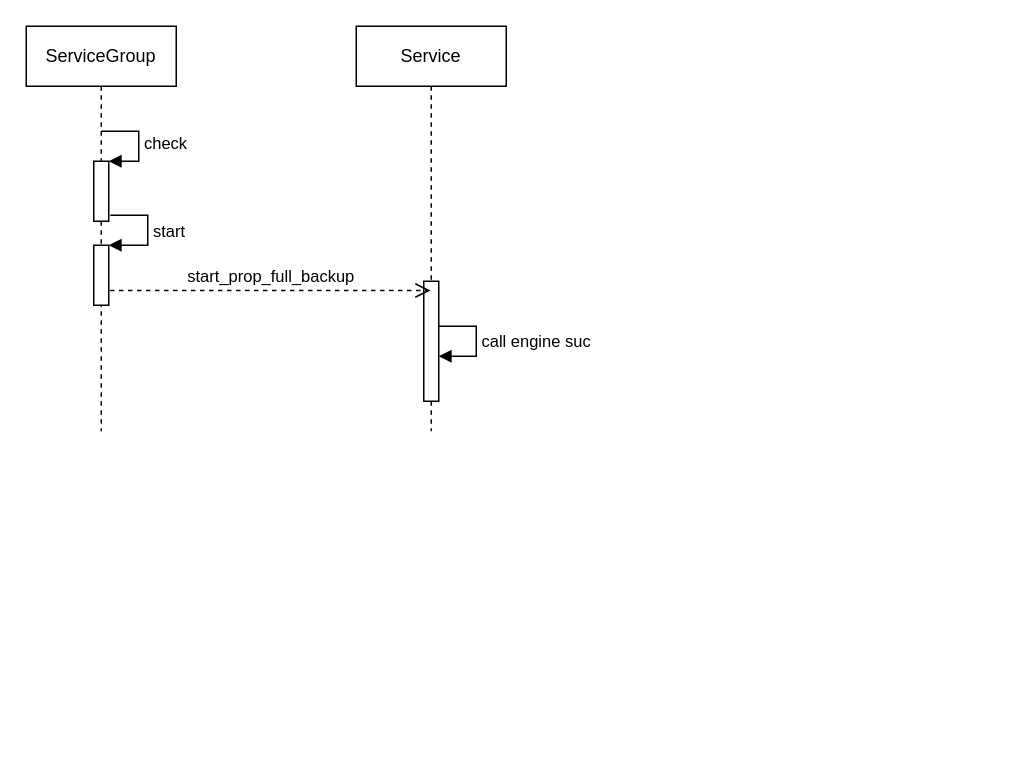
This is page "第 1 页" (1 of 3) of 未命名绘图.drawio from bombshen/bombshen, a draw.io file, before an edit. Source tidied: cells renumbered, new cells numbered last; positions are measured from the earlier drawing's top-left corner, leaving out a move shared by most shapes. Both pictures are drawn from the tidied source at 150%, with x=0, y=0 at pixel (26, 26).
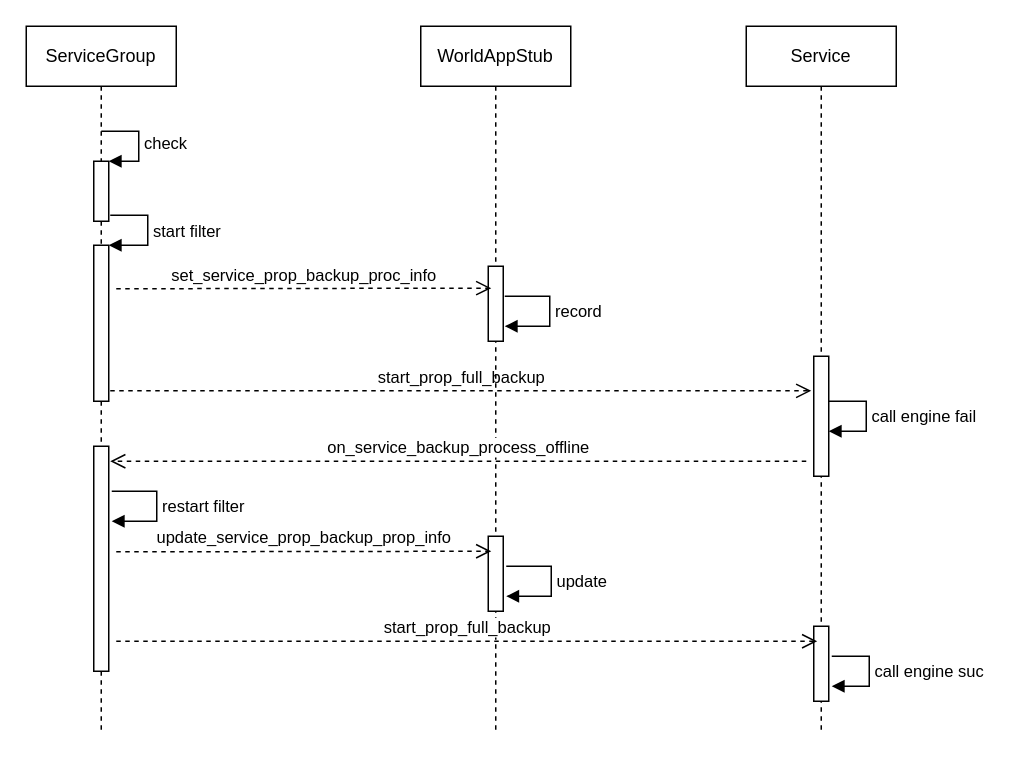
The same page after the edit.

Commit message:
更新未命名绘图.drawio

Diff of the diagram source:
```diff
@@
     <mxCell id="2" value="ServiceGroup" style="shape=umlLifeline;perimeter=lifelinePerimeter;whiteSpace=wrap;html=1;" parent="1" vertex="1">
-      <mxGeometry width="100" height="270" as="geometry" />
+      <mxGeometry width="100" height="470" as="geometry" />
     </mxCell>
@@
     <mxCell id="5" style="html=1;points=[];perimeter=orthogonalPerimeter;" parent="2" vertex="1">
-      <mxGeometry x="45" y="146" width="10" height="40" as="geometry" />
+      <mxGeometry x="45" y="146" width="10" height="104" as="geometry" />
     </mxCell>
-    <mxCell id="6" value="start" style="edgeStyle=orthogonalEdgeStyle;html=1;align=left;spacingLeft=2;endArrow=block;rounded=0;entryX=1;entryY=0;" parent="2" edge="1" target="5">
+    <mxCell id="6" value="start filter" style="edgeStyle=orthogonalEdgeStyle;html=1;align=left;spacingLeft=2;endArrow=block;rounded=0;entryX=1;entryY=0;" parent="2" edge="1" target="5">
       <mxGeometry relative="1" as="geometry">
         <mxPoint x="56" y="126" as="sourcePoint" />
         <Array as="points">
           <mxPoint x="81" y="126" />
           <mxPoint x="81" y="146" />
         </Array>
       </mxGeometry>
     </mxCell>
+    <mxCell id="11" style="html=1;perimeter=orthogonalPerimeter;" parent="2" vertex="1">
+      <mxGeometry x="45" y="280" width="10" height="150" as="geometry" />
+    </mxCell>
     <mxCell id="7" value="Service" style="shape=umlLifeline;perimeter=lifelinePerimeter;whiteSpace=wrap;html=1;outlineConnect=0;" parent="1" vertex="1">
-      <mxGeometry x="220" width="100" height="270" as="geometry" />
+      <mxGeometry x="480" width="100" height="470" as="geometry" />
     </mxCell>
     <mxCell id="8" style="html=1;points=[];perimeter=orthogonalPerimeter;" parent="7" vertex="1">
-      <mxGeometry x="45" y="170" width="10" height="80" as="geometry" />
+      <mxGeometry x="45" y="220" width="10" height="80" as="geometry" />
     </mxCell>
+    <mxCell id="12" style="html=1;perimeter=orthogonalPerimeter;" parent="7" vertex="1">
+      <mxGeometry x="45" y="400" width="10" height="50" as="geometry" />
+    </mxCell>
-    <mxCell id="9" value="start_prop_full_backup" style="html=1;verticalAlign=bottom;endArrow=open;dashed=1;endSize=8;exitX=1.083;exitY=0.754;exitDx=0;exitDy=0;exitPerimeter=0;" parent="1" edge="1" source="5" target="7">
-      <mxGeometry relative="1" as="geometry" />
+    <mxCell id="9" value="start_prop_full_backup" style="html=1;verticalAlign=bottom;endArrow=open;dashed=1;endSize=8;entryX=-0.167;entryY=0.288;entryDx=0;entryDy=0;entryPerimeter=0;" parent="1" edge="1" target="8">
+      <mxGeometry relative="1" as="geometry">
+        <mxPoint x="56" y="243" as="sourcePoint" />
+      </mxGeometry>
     </mxCell>
-    <mxCell id="10" value="call engine suc" style="edgeStyle=orthogonalEdgeStyle;html=1;align=left;spacingLeft=2;endArrow=block;rounded=0;entryX=1;entryY=0;" parent="1" edge="1">
+    <mxCell id="10" value="call engine fail" style="edgeStyle=orthogonalEdgeStyle;html=1;align=left;spacingLeft=2;endArrow=block;rounded=0;entryX=1;entryY=0;" parent="1" edge="1">
       <mxGeometry relative="1" as="geometry">
-        <mxPoint x="275" y="200" as="sourcePoint" />
-        <mxPoint x="275" y="220" as="targetPoint" />
+        <mxPoint x="535" y="250" as="sourcePoint" />
+        <mxPoint x="535" y="270" as="targetPoint" />
         <Array as="points">
-          <mxPoint x="300" y="200" />
+          <mxPoint x="560" y="250" />
         </Array>
       </mxGeometry>
     </mxCell>
+    <mxCell id="13" value="WorldAppStub" style="shape=umlLifeline;perimeter=lifelinePerimeter;whiteSpace=wrap;html=1;" parent="1" vertex="1">
+      <mxGeometry x="263" width="100" height="470" as="geometry" />
+    </mxCell>
+    <mxCell id="14" style="html=1;perimeter=orthogonalPerimeter;" parent="13" vertex="1">
+      <mxGeometry x="45" y="160" width="10" height="50" as="geometry" />
+    </mxCell>
+    <mxCell id="15" style="html=1;perimeter=orthogonalPerimeter;" parent="13" vertex="1">
+      <mxGeometry x="45" y="340" width="10" height="50" as="geometry" />
+    </mxCell>
+    <mxCell id="16" value="set_service_prop_backup_proc_info" style="html=1;verticalAlign=bottom;endArrow=open;dashed=1;endSize=8;" parent="1" edge="1">
+      <mxGeometry relative="1" as="geometry">
+        <mxPoint x="60" y="175" as="sourcePoint" />
+        <mxPoint x="310" y="174.6" as="targetPoint" />
+      </mxGeometry>
+    </mxCell>
+    <mxCell id="17" value="record" style="edgeStyle=orthogonalEdgeStyle;html=1;align=left;spacingLeft=2;endArrow=block;rounded=0;" parent="1" edge="1">
+      <mxGeometry relative="1" as="geometry">
+        <mxPoint x="319" y="180" as="sourcePoint" />
+        <mxPoint x="319" y="200" as="targetPoint" />
+        <Array as="points">
+          <mxPoint x="349" y="180" />
+        </Array>
+      </mxGeometry>
+    </mxCell>
+    <mxCell id="18" value="on_service_backup_process_offline" style="html=1;verticalAlign=bottom;endArrow=open;dashed=1;endSize=8;" parent="1" edge="1">
+      <mxGeometry relative="1" as="geometry">
+        <mxPoint x="520" y="290" as="sourcePoint" />
+        <mxPoint x="56" y="290" as="targetPoint" />
+      </mxGeometry>
+    </mxCell>
+    <mxCell id="19" value="restart filter" style="edgeStyle=orthogonalEdgeStyle;html=1;align=left;spacingLeft=2;endArrow=block;rounded=0;" parent="1" edge="1">
+      <mxGeometry relative="1" as="geometry">
+        <mxPoint x="57" y="310" as="sourcePoint" />
+        <mxPoint x="57" y="330" as="targetPoint" />
+        <Array as="points">
+          <mxPoint x="87" y="310" />
+        </Array>
+      </mxGeometry>
+    </mxCell>
+    <mxCell id="20" value="update_service_prop_backup_prop_info" style="html=1;verticalAlign=bottom;endArrow=open;dashed=1;endSize=8;" parent="1" edge="1">
+      <mxGeometry relative="1" as="geometry">
+        <mxPoint x="60" y="350.4" as="sourcePoint" />
+        <mxPoint x="310" y="350" as="targetPoint" />
+      </mxGeometry>
+    </mxCell>
+    <mxCell id="21" value="update" style="edgeStyle=orthogonalEdgeStyle;html=1;align=left;spacingLeft=2;endArrow=block;rounded=0;" parent="1" edge="1">
+      <mxGeometry relative="1" as="geometry">
+        <mxPoint x="320" y="360" as="sourcePoint" />
+        <mxPoint x="320" y="380" as="targetPoint" />
+        <Array as="points">
+          <mxPoint x="350" y="360" />
+        </Array>
+      </mxGeometry>
+    </mxCell>
+    <mxCell id="22" value="start_prop_full_backup" style="html=1;verticalAlign=bottom;endArrow=open;dashed=1;endSize=8;entryX=-0.167;entryY=0.288;entryDx=0;entryDy=0;entryPerimeter=0;" parent="1" edge="1">
+      <mxGeometry relative="1" as="geometry">
+        <mxPoint x="60" y="410" as="sourcePoint" />
+        <mxPoint x="527.3" y="410" as="targetPoint" />
+      </mxGeometry>
+    </mxCell>
+    <mxCell id="23" value="call engine suc" style="edgeStyle=orthogonalEdgeStyle;html=1;align=left;spacingLeft=2;endArrow=block;rounded=0;entryX=1;entryY=0;" parent="1" edge="1">
+      <mxGeometry relative="1" as="geometry">
+        <mxPoint x="537" y="420" as="sourcePoint" />
+        <mxPoint x="537" y="440" as="targetPoint" />
+        <Array as="points">
+          <mxPoint x="562" y="420" />
+        </Array>
+      </mxGeometry>
+    </mxCell>
```
